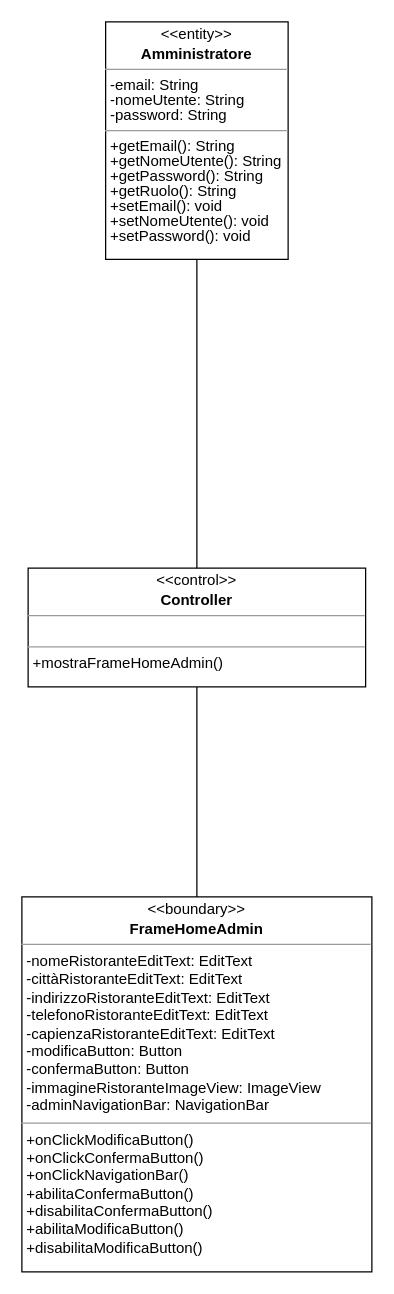
The draw.io diagram Documentazione/Class Diagram/Analisi/drawio/Analysis Class Diagram - Personalizza Attività.drawio in vittorioruggiero/Progetto-IngSw, before the edit. Source tidied: cells renumbered, new cells numbered last; positions are measured from the earlier drawing's top-left corner, leaving out a move shared by most shapes. Both pictures are drawn from the tidied source at 125%, with x=0, y=0 at pixel (21, 21).
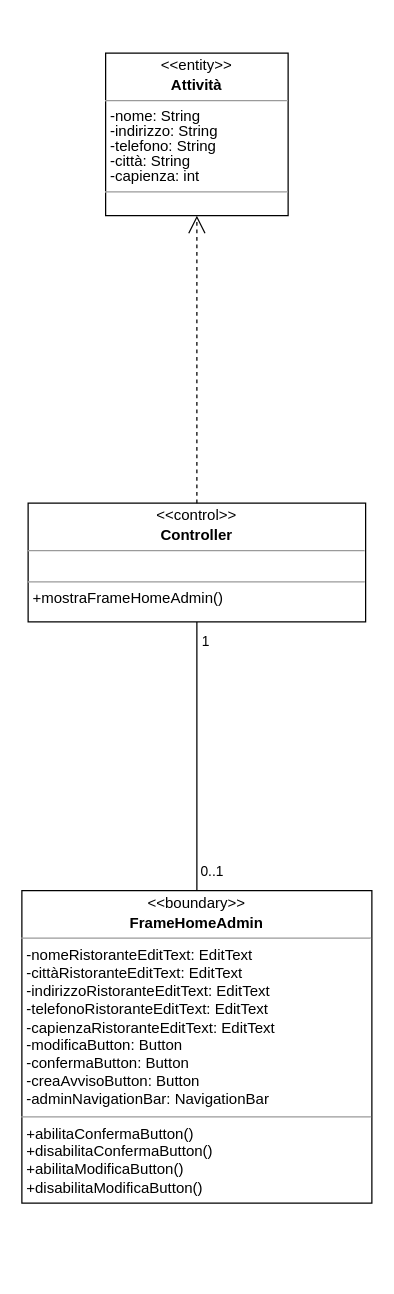
Above is the later version.

Commit message (it also covers changes not shown here):
personalizza attività aggiornato

The edit, as a diff of the source:
```diff
@@
 <mxGraphModel>
   <root>
     <mxCell id="0" />
     <mxCell id="1" parent="0" />
-    <mxCell id="2" value="&lt;p style=&quot;margin: 4px 0px 0px; text-align: center; line-height: 100%;&quot;&gt;&amp;lt;&amp;lt;entity&amp;gt;&amp;gt;&lt;/p&gt;&lt;p style=&quot;margin: 4px 0px 0px; text-align: center; line-height: 100%;&quot;&gt;&lt;b&gt;Amministratore&lt;/b&gt;&lt;/p&gt;&lt;hr style=&quot;line-height: 100%;&quot; size=&quot;1&quot;&gt;&lt;p style=&quot;margin: 0px 0px 0px 4px; line-height: 100%;&quot;&gt;-email: String&lt;/p&gt;&lt;p style=&quot;margin: 0px 0px 0px 4px; line-height: 100%;&quot;&gt;-nomeUtente: String&lt;/p&gt;&lt;p style=&quot;margin: 0px 0px 0px 4px; line-height: 100%;&quot;&gt;-password: String&lt;/p&gt;&lt;hr style=&quot;line-height: 100%;&quot; size=&quot;1&quot;&gt;&lt;p style=&quot;margin: 0px 0px 0px 4px; line-height: 100%;&quot;&gt;+getEmail(): String&lt;/p&gt;&lt;p style=&quot;margin: 0px 0px 0px 4px; line-height: 100%;&quot;&gt;+getNomeUtente(): String&lt;/p&gt;&lt;p style=&quot;margin: 0px 0px 0px 4px; line-height: 100%;&quot;&gt;+getPassword(): String&lt;/p&gt;&lt;p style=&quot;margin: 0px 0px 0px 4px; line-height: 100%;&quot;&gt;+getRuolo(): String&lt;/p&gt;&lt;p style=&quot;margin: 0px 0px 0px 4px; line-height: 100%;&quot;&gt;+setEmail(): void&lt;/p&gt;&lt;p style=&quot;margin: 0px 0px 0px 4px; line-height: 100%;&quot;&gt;+setNomeUtente(): void&lt;/p&gt;&lt;p style=&quot;margin: 0px 0px 0px 4px; line-height: 100%;&quot;&gt;+setPassword(): void&lt;/p&gt;" style="verticalAlign=top;align=left;overflow=fill;fontSize=12;fontFamily=Helvetica;html=1;" parent="1" vertex="1">
-      <mxGeometry x="67" width="146" height="190" as="geometry" />
-    </mxCell>
-    <mxCell id="3" value="&lt;p style=&quot;margin: 4px 0px 0px; text-align: center; line-height: 100%;&quot;&gt;&amp;lt;&amp;lt;boundary&amp;gt;&amp;gt;&lt;/p&gt;&lt;p style=&quot;margin: 4px 0px 0px; text-align: center; line-height: 100%;&quot;&gt;&lt;b&gt;FrameHomeAdmin&lt;/b&gt;&lt;/p&gt;&lt;hr size=&quot;1&quot;&gt;&lt;p style=&quot;margin:0px;margin-left:4px;&quot;&gt;-nomeRistoranteEditText: EditText&lt;/p&gt;&lt;p style=&quot;margin:0px;margin-left:4px;&quot;&gt;&lt;span style=&quot;background-color: initial;&quot;&gt;-cittàRistoranteEditText: EditText&lt;/span&gt;&lt;/p&gt;&lt;p style=&quot;margin:0px;margin-left:4px;&quot;&gt;&lt;span style=&quot;background-color: initial;&quot;&gt;-indirizzoRistoranteEditText: EditText&lt;/span&gt;&lt;/p&gt;&lt;p style=&quot;margin:0px;margin-left:4px;&quot;&gt;&lt;span style=&quot;background-color: initial;&quot;&gt;-telefonoRistoranteEditText: EditText&lt;/span&gt;&lt;/p&gt;&lt;p style=&quot;margin:0px;margin-left:4px;&quot;&gt;-capienzaRistoranteEditText: EditText&lt;/p&gt;&lt;p style=&quot;margin:0px;margin-left:4px;&quot;&gt;-modificaButton: Button&lt;/p&gt;&lt;p style=&quot;margin:0px;margin-left:4px;&quot;&gt;-confermaButton: Button&lt;/p&gt;&lt;p style=&quot;margin:0px;margin-left:4px;&quot;&gt;-immagineRistoranteImageView: ImageView&lt;/p&gt;&lt;p style=&quot;margin:0px;margin-left:4px;&quot;&gt;&lt;span style=&quot;background-color: initial;&quot;&gt;-adminNavigationBar: NavigationBar&lt;/span&gt;&lt;br&gt;&lt;/p&gt;&lt;hr size=&quot;1&quot;&gt;&lt;p style=&quot;margin:0px;margin-left:4px;&quot;&gt;+onClickModificaButton()&lt;/p&gt;&lt;p style=&quot;margin:0px;margin-left:4px;&quot;&gt;+onClickConfermaButton()&lt;/p&gt;&lt;p style=&quot;margin:0px;margin-left:4px;&quot;&gt;+onClickNavigationBar()&lt;/p&gt;&lt;p style=&quot;margin:0px;margin-left:4px;&quot;&gt;+abilitaConfermaButton()&lt;/p&gt;&lt;p style=&quot;margin:0px;margin-left:4px;&quot;&gt;+disabilitaConfermaButton()&lt;br&gt;&lt;/p&gt;&lt;p style=&quot;margin:0px;margin-left:4px;&quot;&gt;+abilitaModificaButton()&lt;/p&gt;&lt;p style=&quot;margin:0px;margin-left:4px;&quot;&gt;+disabilitaModificaButton()&lt;/p&gt;" style="verticalAlign=top;align=left;overflow=fill;fontSize=12;fontFamily=Helvetica;html=1;spacing=2;" parent="1" vertex="1">
-      <mxGeometry y="700" width="280" height="300" as="geometry" />
+    <mxCell id="3" value="&lt;p style=&quot;margin: 4px 0px 0px; text-align: center; line-height: 100%;&quot;&gt;&amp;lt;&amp;lt;boundary&amp;gt;&amp;gt;&lt;/p&gt;&lt;p style=&quot;margin: 4px 0px 0px; text-align: center; line-height: 100%;&quot;&gt;&lt;b&gt;FrameHomeAdmin&lt;/b&gt;&lt;/p&gt;&lt;hr size=&quot;1&quot;&gt;&lt;p style=&quot;margin:0px;margin-left:4px;&quot;&gt;-nomeRistoranteEditText: EditText&lt;/p&gt;&lt;p style=&quot;margin:0px;margin-left:4px;&quot;&gt;&lt;span style=&quot;background-color: initial;&quot;&gt;-cittàRistoranteEditText: EditText&lt;/span&gt;&lt;/p&gt;&lt;p style=&quot;margin:0px;margin-left:4px;&quot;&gt;&lt;span style=&quot;background-color: initial;&quot;&gt;-indirizzoRistoranteEditText: EditText&lt;/span&gt;&lt;/p&gt;&lt;p style=&quot;margin:0px;margin-left:4px;&quot;&gt;&lt;span style=&quot;background-color: initial;&quot;&gt;-telefonoRistoranteEditText: EditText&lt;/span&gt;&lt;/p&gt;&lt;p style=&quot;margin:0px;margin-left:4px;&quot;&gt;-capienzaRistoranteEditText: EditText&lt;/p&gt;&lt;p style=&quot;margin:0px;margin-left:4px;&quot;&gt;-modificaButton: Button&lt;/p&gt;&lt;p style=&quot;margin:0px;margin-left:4px;&quot;&gt;-confermaButton: Button&lt;/p&gt;&lt;p style=&quot;margin:0px;margin-left:4px;&quot;&gt;-creaAvvisoButton: Button&lt;/p&gt;&lt;p style=&quot;margin:0px;margin-left:4px;&quot;&gt;&lt;span style=&quot;background-color: initial;&quot;&gt;-adminNavigationBar: NavigationBar&lt;/span&gt;&lt;br&gt;&lt;/p&gt;&lt;hr size=&quot;1&quot;&gt;&lt;p style=&quot;margin:0px;margin-left:4px;&quot;&gt;&lt;span style=&quot;background-color: initial;&quot;&gt;+abilitaConfermaButton()&lt;/span&gt;&lt;br&gt;&lt;/p&gt;&lt;p style=&quot;margin:0px;margin-left:4px;&quot;&gt;+disabilitaConfermaButton()&lt;br&gt;&lt;/p&gt;&lt;p style=&quot;margin:0px;margin-left:4px;&quot;&gt;+abilitaModificaButton()&lt;/p&gt;&lt;p style=&quot;margin:0px;margin-left:4px;&quot;&gt;+disabilitaModificaButton()&lt;/p&gt;" style="verticalAlign=top;align=left;overflow=fill;fontSize=12;fontFamily=Helvetica;html=1;spacing=2;" parent="1" vertex="1">
+      <mxGeometry y="695" width="280" height="250" as="geometry" />
     </mxCell>
     <mxCell id="4" value="&lt;p style=&quot;margin: 4px 0px 0px; text-align: center; line-height: 100%;&quot;&gt;&amp;lt;&amp;lt;control&amp;gt;&amp;gt;&lt;/p&gt;&lt;p style=&quot;margin: 4px 0px 0px; text-align: center; line-height: 100%;&quot;&gt;&lt;b&gt;Controller&lt;/b&gt;&lt;/p&gt;&lt;hr size=&quot;1&quot;&gt;&lt;p style=&quot;margin: 0px 0px 0px 4px; line-height: 100%;&quot;&gt;&lt;br&gt;&lt;/p&gt;&lt;hr size=&quot;1&quot;&gt;&lt;p style=&quot;margin: 0px 0px 0px 4px; line-height: 100%;&quot;&gt;+mostraFrameHomeAdmin()&lt;/p&gt;&lt;p style=&quot;margin: 0px 0px 0px 4px; line-height: 100%;&quot;&gt;&lt;br&gt;&lt;/p&gt;" style="verticalAlign=top;align=left;overflow=fill;fontSize=12;fontFamily=Helvetica;html=1;" parent="1" vertex="1">
-      <mxGeometry x="5" y="437" width="270" height="95" as="geometry" />
+      <mxGeometry x="5" y="385" width="270" height="95" as="geometry" />
     </mxCell>
-    <mxCell id="5" style="endArrow=none;html=1;rounded=0;entryX=0.5;entryY=1;entryDx=0;entryDy=0;exitX=0.5;exitY=0;exitDx=0;exitDy=0;" parent="1" edge="1" source="4" target="2">
-      <mxGeometry relative="1" as="geometry" />
-    </mxCell>
     <mxCell id="6" style="endArrow=none;html=1;rounded=0;exitX=0.5;exitY=0;exitDx=0;exitDy=0;entryX=0.5;entryY=1;entryDx=0;entryDy=0;" parent="1" edge="1" source="3" target="4">
       <mxGeometry relative="1" as="geometry" />
     </mxCell>
+    <mxCell id="7" value="1&lt;br&gt;" style="edgeLabel;html=1;align=center;verticalAlign=middle;labelBackgroundColor=none;" parent="6" vertex="1">
+      <mxGeometry x="0.83" y="-3" relative="1" as="geometry">
+        <mxPoint x="3" y="-3" as="offset" />
+      </mxGeometry>
+    </mxCell>
+    <mxCell id="8" value="0..1" style="edgeLabel;html=1;align=center;verticalAlign=middle;labelBackgroundColor=none;" parent="6" vertex="1">
+      <mxGeometry x="-0.81" y="-2" relative="1" as="geometry">
+        <mxPoint x="9" y="4" as="offset" />
+      </mxGeometry>
+    </mxCell>
+    <mxCell id="9" value="&lt;p style=&quot;margin: 4px 0px 0px; text-align: center; line-height: 100%;&quot;&gt;&amp;lt;&amp;lt;entity&amp;gt;&amp;gt;&lt;/p&gt;&lt;p style=&quot;margin: 4px 0px 0px; text-align: center; line-height: 100%;&quot;&gt;&lt;b&gt;Attività&lt;/b&gt;&lt;/p&gt;&lt;hr style=&quot;line-height: 100%;&quot; size=&quot;1&quot;&gt;&lt;p style=&quot;margin: 0px 0px 0px 4px; line-height: 100%;&quot;&gt;-nome: String&lt;/p&gt;&lt;p style=&quot;margin: 0px 0px 0px 4px; line-height: 100%;&quot;&gt;-indirizzo: String&lt;/p&gt;&lt;p style=&quot;margin: 0px 0px 0px 4px; line-height: 100%;&quot;&gt;-telefono: String&lt;/p&gt;&lt;p style=&quot;margin: 0px 0px 0px 4px; line-height: 100%;&quot;&gt;-città: String&lt;/p&gt;&lt;p style=&quot;margin: 0px 0px 0px 4px; line-height: 100%;&quot;&gt;-capienza: int&lt;/p&gt;&lt;hr style=&quot;line-height: 100%;&quot; size=&quot;1&quot;&gt;&lt;p style=&quot;margin: 0px 0px 0px 4px; line-height: 100%;&quot;&gt;&lt;br&gt;&lt;/p&gt;" style="verticalAlign=top;align=left;overflow=fill;fontSize=12;fontFamily=Helvetica;html=1;strokeColor=#000000;" parent="1" vertex="1">
+      <mxGeometry x="67" y="25" width="146" height="130" as="geometry" />
+    </mxCell>
+    <mxCell id="10" value="Use" style="endArrow=open;endSize=12;dashed=1;rounded=0;exitX=0.5;exitY=0;exitDx=0;exitDy=0;entryX=0.5;entryY=1;entryDx=0;entryDy=0;textOpacity=0;" parent="1" edge="1" source="4" target="9">
+      <mxGeometry relative="1" as="geometry" />
+    </mxCell>
   </root>
 </mxGraphModel>
```
